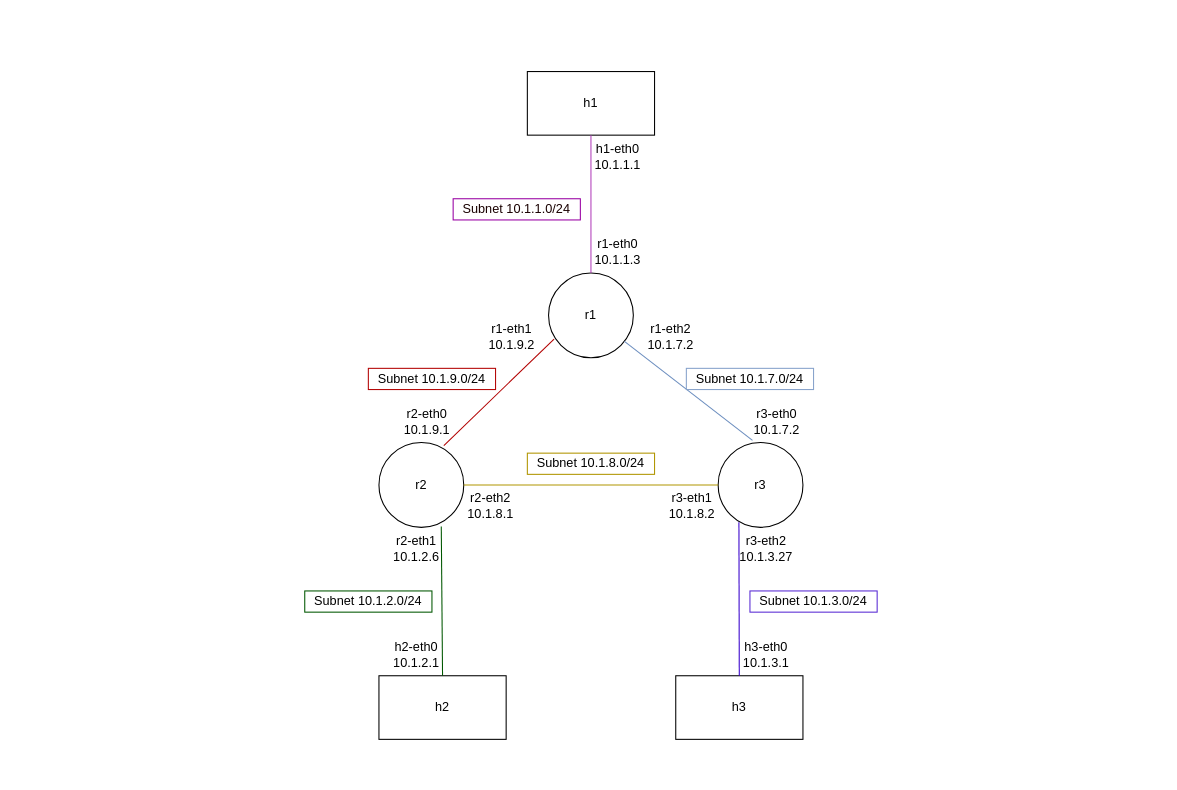
Earlier version of the draw.io diagram Untitled Diagram.drawio (littleVrunningaround/UML-Diagram). Source tidied: cells renumbered, new cells numbered last; positions are measured from the earlier drawing's top-left corner, leaving out a move shared by most shapes. Both pictures are drawn from the tidied source at 106%, with x=0, y=0 at pixel (304, 71).
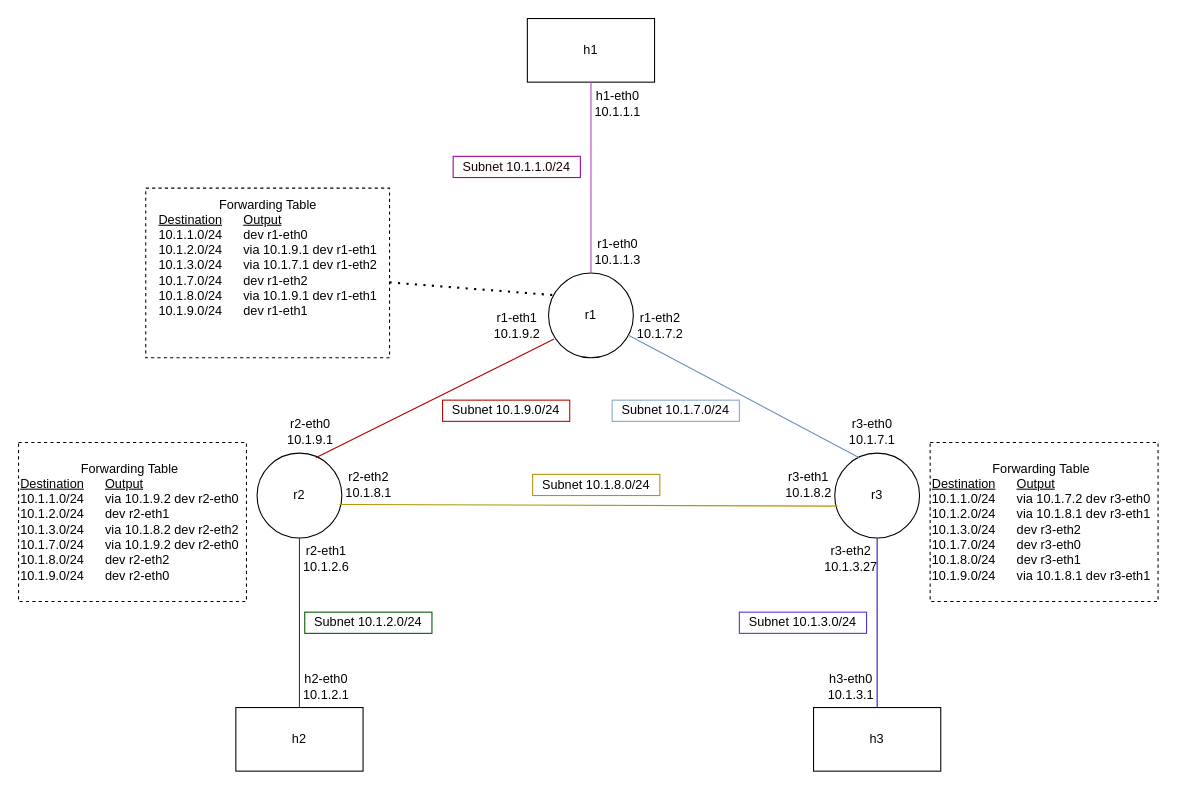
The same diagram, later.

The change refers to these unchanged cells:
```xml
<mxCell id="3" value="r1" style="ellipse;whiteSpace=wrap;html=1;" parent="1" vertex="1">
  <mxGeometry x="230" y="190" width="80" height="80" as="geometry" />
</mxCell>
```

What changed in the source:
```diff
@@
     <mxCell id="2" value="h1" style="rounded=0;whiteSpace=wrap;html=1;" parent="1" vertex="1">
-      <mxGeometry x="210" width="120" height="60" as="geometry" />
+      <mxGeometry x="210" y="-50" width="120" height="60" as="geometry" />
     </mxCell>
@@
     <mxCell id="4" value="r2" style="ellipse;whiteSpace=wrap;html=1;" parent="1" vertex="1">
-      <mxGeometry x="70" y="350" width="80" height="80" as="geometry" />
+      <mxGeometry x="-45" y="360" width="80" height="80" as="geometry" />
     </mxCell>
     <mxCell id="5" value="r3" style="ellipse;whiteSpace=wrap;html=1;" parent="1" vertex="1">
-      <mxGeometry x="390" y="350" width="80" height="80" as="geometry" />
+      <mxGeometry x="500" y="360" width="80" height="80" as="geometry" />
     </mxCell>
     <mxCell id="6" value="h2" style="rounded=0;whiteSpace=wrap;html=1;" parent="1" vertex="1">
-      <mxGeometry x="70" y="570" width="120" height="60" as="geometry" />
+      <mxGeometry x="-65" y="600" width="120" height="60" as="geometry" />
     </mxCell>
     <mxCell id="7" value="h3" style="rounded=0;whiteSpace=wrap;html=1;" parent="1" vertex="1">
-      <mxGeometry x="350" y="570" width="120" height="60" as="geometry" />
+      <mxGeometry x="480" y="600" width="120" height="60" as="geometry" />
     </mxCell>
@@
-    <mxCell id="9" style="endArrow=none;html=1;rounded=0;exitX=0.765;exitY=0.035;exitDx=0;exitDy=0;exitPerimeter=0;strokeColor=#B20000;fillColor=#e51400;entryX=0.065;entryY=0.78;entryDx=0;entryDy=0;entryPerimeter=0;" parent="1" edge="1" source="4" target="3">
+    <mxCell id="9" style="endArrow=none;html=1;rounded=0;exitX=0.692;exitY=0.055;exitDx=0;exitDy=0;exitPerimeter=0;strokeColor=#B20000;fillColor=#e51400;entryX=0.065;entryY=0.78;entryDx=0;entryDy=0;entryPerimeter=0;" parent="1" edge="1" source="4" target="3">
       <mxGeometry relative="1" as="geometry" />
     </mxCell>
-    <mxCell id="10" style="endArrow=none;html=1;rounded=0;entryX=0.405;entryY=-0.025;entryDx=0;entryDy=0;entryPerimeter=0;fillColor=#dae8fc;strokeColor=#6c8ebf;" parent="1" edge="1" source="3" target="5">
+    <mxCell id="10" style="endArrow=none;html=1;rounded=0;entryX=0.29;entryY=0.055;entryDx=0;entryDy=0;entryPerimeter=0;fillColor=#dae8fc;strokeColor=#6c8ebf;" parent="1" edge="1" source="3" target="5">
       <mxGeometry relative="1" as="geometry" />
     </mxCell>
-    <mxCell id="11" style="endArrow=none;html=1;rounded=0;exitX=1;exitY=0.5;exitDx=0;exitDy=0;entryX=0;entryY=0.5;entryDx=0;entryDy=0;fillColor=#e3c800;strokeColor=#B09500;" parent="1" edge="1" source="4" target="5">
+    <mxCell id="11" style="endArrow=none;html=1;rounded=0;exitX=0.111;exitY=0.96;exitDx=0;exitDy=0;entryX=0.03;entryY=0.625;entryDx=0;entryDy=0;fillColor=#e3c800;strokeColor=#B09500;exitPerimeter=0;entryPerimeter=0;" parent="1" edge="1" source="21" target="5">
       <mxGeometry relative="1" as="geometry" />
     </mxCell>
-    <mxCell id="12" style="endArrow=none;html=1;rounded=0;exitX=0.5;exitY=0;exitDx=0;exitDy=0;fillColor=#008a00;strokeColor=#005700;entryX=0.735;entryY=0.99;entryDx=0;entryDy=0;entryPerimeter=0;" parent="1" edge="1" source="6" target="4">
+    <mxCell id="12" style="endArrow=none;html=1;rounded=0;exitX=0.5;exitY=0;exitDx=0;exitDy=0;fillColor=#008a00;strokeColor=#005700;entryX=0.5;entryY=1;entryDx=0;entryDy=0;" parent="1" edge="1" source="6" target="4">
       <mxGeometry relative="1" as="geometry" />
     </mxCell>
-    <mxCell id="13" style="endArrow=none;html=1;rounded=0;fillColor=#6a00ff;strokeColor=#3700CC;entryX=0.245;entryY=0.94;entryDx=0;entryDy=0;entryPerimeter=0;" parent="1" edge="1" source="7" target="5">
+    <mxCell id="13" style="endArrow=none;html=1;rounded=0;fillColor=#6a00ff;strokeColor=#3700CC;entryX=0.5;entryY=1;entryDx=0;entryDy=0;" parent="1" edge="1" source="7" target="5">
       <mxGeometry relative="1" as="geometry" />
     </mxCell>
     <mxCell id="14" value="h1-eth0&lt;div&gt;10.1.1.1&lt;/div&gt;" style="text;html=1;align=center;verticalAlign=middle;strokeColor=none;fillColor=none;" parent="1" vertex="1">
-      <mxGeometry x="260" y="60" width="70" height="40" as="geometry" />
+      <mxGeometry x="260" y="10" width="70" height="40" as="geometry" />
     </mxCell>
@@
     <mxCell id="16" value="r1-eth1&lt;div&gt;10.1.9.2&lt;/div&gt;" style="text;html=1;align=center;verticalAlign=middle;strokeColor=none;fillColor=none;" parent="1" vertex="1">
-      <mxGeometry x="160" y="230" width="70" height="40" as="geometry" />
+      <mxGeometry x="165" y="220" width="70" height="40" as="geometry" />
     </mxCell>
     <mxCell id="17" value="r1-eth2&lt;div&gt;10.1.7.2&lt;/div&gt;" style="text;html=1;align=center;verticalAlign=middle;strokeColor=none;fillColor=none;" parent="1" vertex="1">
-      <mxGeometry x="310" y="230" width="70" height="40" as="geometry" />
+      <mxGeometry x="300" y="220" width="70" height="40" as="geometry" />
     </mxCell>
     <mxCell id="18" value="r2-eth0&lt;div&gt;10.1.9.1&lt;/div&gt;" style="text;html=1;align=center;verticalAlign=middle;strokeColor=none;fillColor=none;" parent="1" vertex="1">
-      <mxGeometry x="80" y="310" width="70" height="40" as="geometry" />
+      <mxGeometry x="-30" y="320" width="70" height="40" as="geometry" />
     </mxCell>
-    <mxCell id="19" value="r3-eth0&lt;div&gt;10.1.7.2&lt;/div&gt;" style="text;html=1;align=center;verticalAlign=middle;strokeColor=none;fillColor=none;" parent="1" vertex="1">
-      <mxGeometry x="410" y="310" width="70" height="40" as="geometry" />
+    <mxCell id="19" value="r3-eth0&lt;div&gt;10.1.7.1&lt;/div&gt;" style="text;html=1;align=center;verticalAlign=middle;strokeColor=none;fillColor=none;" parent="1" vertex="1">
+      <mxGeometry x="500" y="320" width="70" height="40" as="geometry" />
     </mxCell>
     <mxCell id="20" value="r2-eth1&lt;div&gt;10.1.2.6&lt;/div&gt;" style="text;html=1;align=center;verticalAlign=middle;strokeColor=none;fillColor=none;" parent="1" vertex="1">
-      <mxGeometry x="70" y="430" width="70" height="40" as="geometry" />
+      <mxGeometry x="-15" y="440" width="70" height="40" as="geometry" />
     </mxCell>
     <mxCell id="21" value="r2-eth2&lt;div&gt;10.1.8.1&lt;/div&gt;" style="text;html=1;align=center;verticalAlign=middle;points=[];strokeColor=none;fillColor=none;" parent="1" vertex="1">
-      <mxGeometry x="140" y="390" width="70" height="40" as="geometry" />
+      <mxGeometry x="25" y="370" width="70" height="40" as="geometry" />
     </mxCell>
     <mxCell id="22" value="h2-eth0&lt;div&gt;10.1.2.1&lt;/div&gt;" style="text;html=1;align=center;verticalAlign=middle;strokeColor=none;fillColor=none;" parent="1" vertex="1">
-      <mxGeometry x="70" y="530" width="70" height="40" as="geometry" />
+      <mxGeometry x="-15" y="560" width="70" height="40" as="geometry" />
     </mxCell>
     <mxCell id="23" value="r3-eth1&lt;div&gt;10.1.8.2&lt;/div&gt;" style="text;html=1;align=center;verticalAlign=middle;strokeColor=none;fillColor=none;" parent="1" vertex="1">
-      <mxGeometry x="330" y="390" width="70" height="40" as="geometry" />
+      <mxGeometry x="440" y="370" width="70" height="40" as="geometry" />
     </mxCell>
     <mxCell id="24" value="r3-eth2&lt;div&gt;10.1.3.27&lt;/div&gt;" style="text;html=1;align=center;verticalAlign=middle;strokeColor=none;fillColor=none;" parent="1" vertex="1">
-      <mxGeometry x="400" y="430" width="70" height="40" as="geometry" />
+      <mxGeometry x="480" y="440" width="70" height="40" as="geometry" />
     </mxCell>
     <mxCell id="25" value="h3-eth0&lt;div&gt;10.1.3.1&lt;/div&gt;" style="text;html=1;align=center;verticalAlign=middle;strokeColor=none;fillColor=none;" parent="1" vertex="1">
-      <mxGeometry x="400" y="530" width="70" height="40" as="geometry" />
+      <mxGeometry x="480" y="560" width="70" height="40" as="geometry" />
     </mxCell>
     <mxCell id="26" value="Subnet 10.1.1.0/24" style="whiteSpace=wrap;html=1;fillColor=none;fontColor=#190101;strokeColor=#9800a3;" parent="1" vertex="1">
-      <mxGeometry x="140" y="120" width="120" height="20" as="geometry" />
+      <mxGeometry x="140" y="80" width="120" height="20" as="geometry" />
     </mxCell>
     <mxCell id="27" value="Subnet 10.1.9.0/24" style="whiteSpace=wrap;html=1;fillColor=none;strokeColor=#b30505;" parent="1" vertex="1">
-      <mxGeometry x="60" y="280" width="120" height="20" as="geometry" />
+      <mxGeometry x="130" y="310" width="120" height="20" as="geometry" />
     </mxCell>
     <mxCell id="28" value="Subnet 10.1.7.0/24" style="whiteSpace=wrap;html=1;fillColor=none;strokeColor=#87a3cb;" parent="1" vertex="1">
-      <mxGeometry x="360" y="280" width="120" height="20" as="geometry" />
+      <mxGeometry x="290" y="310" width="120" height="20" as="geometry" />
     </mxCell>
     <mxCell id="29" value="Subnet 10.1.8.0/24" style="whiteSpace=wrap;html=1;fillColor=none;strokeColor=#b09500;" parent="1" vertex="1">
-      <mxGeometry x="210" y="360" width="120" height="20" as="geometry" />
+      <mxGeometry x="215" y="380" width="120" height="20" as="geometry" />
     </mxCell>
     <mxCell id="30" value="Subnet 10.1.2.0/24" style="whiteSpace=wrap;html=1;fillColor=none;strokeColor=#005700;" parent="1" vertex="1">
-      <mxGeometry y="490" width="120" height="20" as="geometry" />
+      <mxGeometry y="510" width="120" height="20" as="geometry" />
     </mxCell>
     <mxCell id="31" value="Subnet 10.1.3.0/24" style="whiteSpace=wrap;html=1;fillColor=none;strokeColor=#582ad4;" parent="1" vertex="1">
-      <mxGeometry x="420" y="490" width="120" height="20" as="geometry" />
+      <mxGeometry x="410" y="510" width="120" height="20" as="geometry" />
     </mxCell>
+    <mxCell id="32" value="Forwarding Table&lt;div&gt;&lt;div style=&quot;text-align: left;&quot;&gt;&lt;u&gt;Destination&lt;/u&gt;&lt;span style=&quot;white-space: pre;&quot;&gt;&#9;&lt;/span&gt;&lt;u&gt;Output&lt;/u&gt;&lt;/div&gt;&lt;div style=&quot;text-align: left;&quot;&gt;10.1.1.0/24&lt;span style=&quot;white-space: pre;&quot;&gt;&#9;&lt;/span&gt;dev r1-eth0&lt;/div&gt;&lt;div style=&quot;text-align: left;&quot;&gt;10.1.2.0/24&lt;span style=&quot;white-space: pre;&quot;&gt;&#9;&lt;/span&gt;via 10.1.9.1 dev r1-eth1&lt;/div&gt;&lt;div style=&quot;text-align: left;&quot;&gt;10.1.3.0/24&lt;span style=&quot;white-space: pre;&quot;&gt;&#9;&lt;/span&gt;via 10.1.7.1 dev r1-eth2&lt;/div&gt;&lt;div style=&quot;text-align: left;&quot;&gt;10.1.7.0/24&lt;span style=&quot;white-space: pre;&quot;&gt;&#9;&lt;/span&gt;dev r1-eth2&lt;/div&gt;&lt;div style=&quot;text-align: left;&quot;&gt;10.1.8.0/24&lt;span style=&quot;white-space: pre;&quot;&gt;&#9;&lt;/span&gt;via 10.1.9.1 dev r1-eth1&lt;/div&gt;&lt;div style=&quot;text-align: left;&quot;&gt;10.1.9.0/24&lt;span style=&quot;white-space: pre;&quot;&gt;&#9;&lt;/span&gt;dev r1-eth1&lt;/div&gt;&lt;div style=&quot;text-align: left;&quot;&gt;&lt;br&gt;&lt;/div&gt;&lt;div&gt;&lt;br&gt;&lt;/div&gt;&lt;/div&gt;" style="text;html=1;align=center;verticalAlign=middle;points=[];strokeColor=default;fillColor=none;dashed=1;" parent="1" vertex="1">
+      <mxGeometry x="-150" y="110" width="230" height="160" as="geometry" />
+    </mxCell>
+    <mxCell id="33" style="endArrow=none;dashed=1;html=1;dashPattern=1 3;strokeWidth=2;rounded=0;entryX=0.045;entryY=0.26;entryDx=0;entryDy=0;entryPerimeter=0;" parent="1" edge="1" source="32" target="3">
+      <mxGeometry relative="1" as="geometry" />
+    </mxCell>
+    <mxCell id="34" value="&lt;div style=&quot;text-align: center;&quot;&gt;&lt;span style=&quot;background-color: initial;&quot;&gt;Forwarding Table&lt;/span&gt;&lt;/div&gt;&lt;div&gt;&lt;u&gt;Destination&lt;/u&gt;&lt;span style=&quot;white-space: pre;&quot;&gt;&#9;&lt;/span&gt;&lt;u&gt;Output&lt;/u&gt;&lt;/div&gt;&lt;div&gt;&lt;div style=&quot;text-wrap: nowrap;&quot;&gt;10.1.1.0/24&lt;span style=&quot;white-space-collapse: preserve;&quot;&gt;&#9;&lt;/span&gt;via 10.1.9.2 dev r2-eth0&lt;/div&gt;&lt;div style=&quot;text-wrap: nowrap;&quot;&gt;10.1.2.0/24&lt;span style=&quot;white-space-collapse: preserve;&quot;&gt;&#9;&lt;/span&gt;dev r2-eth1&lt;/div&gt;&lt;div style=&quot;text-wrap: nowrap;&quot;&gt;10.1.3.0/24&lt;span style=&quot;white-space-collapse: preserve;&quot;&gt;&#9;&lt;/span&gt;via 10.1.8.2 dev r2-eth2&lt;/div&gt;&lt;div style=&quot;text-wrap: nowrap;&quot;&gt;10.1.7.0/24&lt;span style=&quot;white-space-collapse: preserve;&quot;&gt;&#9;&lt;/span&gt;via 10.1.9.2&amp;nbsp;dev r2-eth0&lt;/div&gt;&lt;div style=&quot;text-wrap: nowrap;&quot;&gt;10.1.8.0/24&lt;span style=&quot;white-space-collapse: preserve;&quot;&gt;&#9;&lt;/span&gt;dev r2-eth2&lt;/div&gt;&lt;div style=&quot;text-wrap: nowrap;&quot;&gt;10.1.9.0/24&lt;span style=&quot;white-space-collapse: preserve;&quot;&gt;&#9;&lt;/span&gt;dev r2-eth0&lt;/div&gt;&lt;/div&gt;" style="whiteSpace=wrap;html=1;dashed=1;align=left;fillColor=none;" parent="1" vertex="1">
+      <mxGeometry x="-270" y="350" width="215" height="150" as="geometry" />
+    </mxCell>
+    <mxCell id="35" value="&lt;div style=&quot;text-align: center;&quot;&gt;&lt;span style=&quot;background-color: initial;&quot;&gt;Forwarding Table&lt;/span&gt;&lt;/div&gt;&lt;div&gt;&lt;u&gt;Destination&lt;/u&gt;&lt;span style=&quot;white-space: pre;&quot;&gt;&#9;&lt;/span&gt;&lt;u&gt;Output&lt;/u&gt;&lt;/div&gt;&lt;div&gt;&lt;div style=&quot;text-wrap: nowrap;&quot;&gt;10.1.1.0/24&lt;span style=&quot;white-space-collapse: preserve;&quot;&gt;&#9;&lt;/span&gt;via 10.1.7.2 dev r3-eth0&lt;/div&gt;&lt;div style=&quot;text-wrap: nowrap;&quot;&gt;10.1.2.0/24&lt;span style=&quot;white-space-collapse: preserve;&quot;&gt;&#9;&lt;/span&gt;via 10.1.8.1&amp;nbsp;dev r3-eth1&lt;/div&gt;&lt;div style=&quot;text-wrap: nowrap;&quot;&gt;10.1.3.0/24&lt;span style=&quot;white-space-collapse: preserve;&quot;&gt;&#9;&lt;/span&gt;dev r3-eth2&lt;/div&gt;&lt;div style=&quot;text-wrap: nowrap;&quot;&gt;10.1.7.0/24&lt;span style=&quot;white-space-collapse: preserve;&quot;&gt;&#9;&lt;/span&gt;dev r3-eth0&lt;/div&gt;&lt;div style=&quot;text-wrap: nowrap;&quot;&gt;10.1.8.0/24&lt;span style=&quot;white-space-collapse: preserve;&quot;&gt;&#9;&lt;/span&gt;dev r3-eth1&lt;/div&gt;&lt;div style=&quot;text-wrap: nowrap;&quot;&gt;10.1.9.0/24&lt;span style=&quot;white-space-collapse: preserve;&quot;&gt;&#9;&lt;/span&gt;via 10.1.8.1&amp;nbsp;dev r3-eth1&lt;/div&gt;&lt;/div&gt;" style="whiteSpace=wrap;html=1;dashed=1;align=left;fillColor=none;" parent="1" vertex="1">
+      <mxGeometry x="590" y="350" width="215" height="150" as="geometry" />
+    </mxCell>
```
